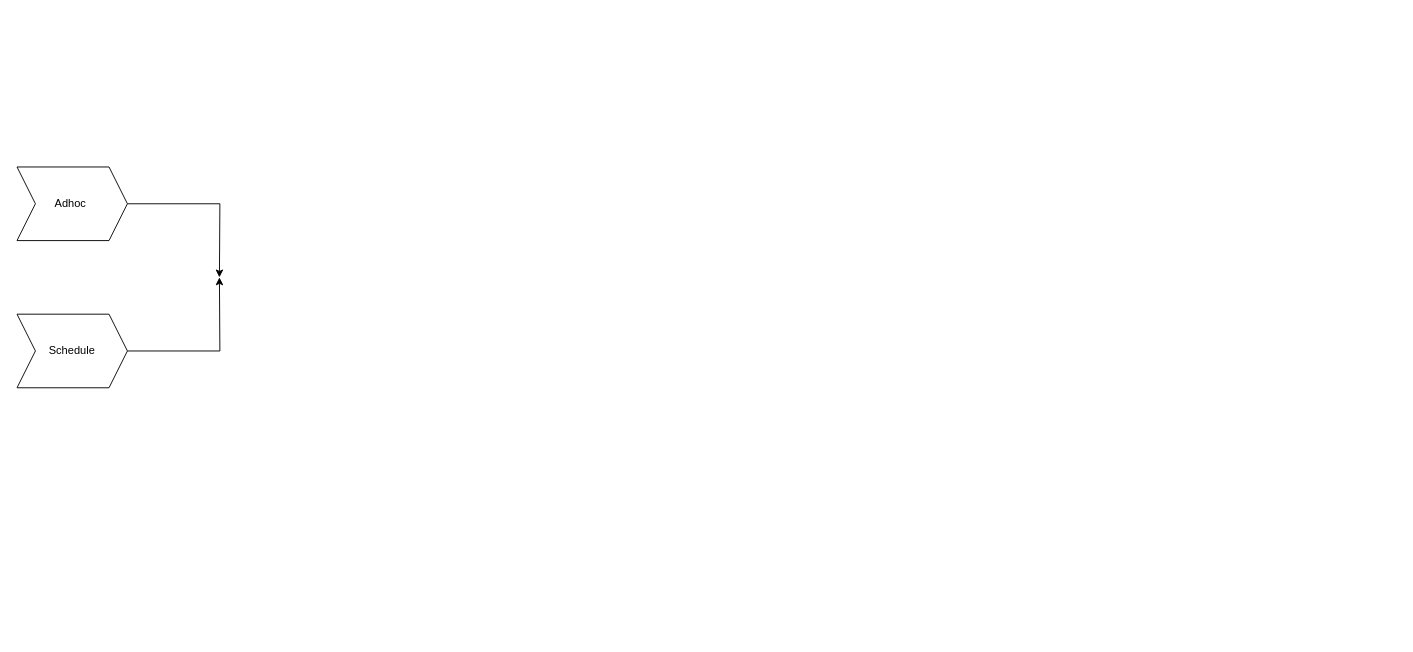
kumago01/karate keeps this draw.io diagram as Untitled Diagram.drawio. Above is the earlier version. Source tidied: cells renumbered, new cells numbered last; positions are measured from the earlier drawing's top-left corner, leaving out a move shared by most shapes. Both pictures are drawn from the tidied source at 92%, with x=0, y=0 at pixel (17, 167). Pictures stored in the file or linked from it are replaced by grey dashed boxes.
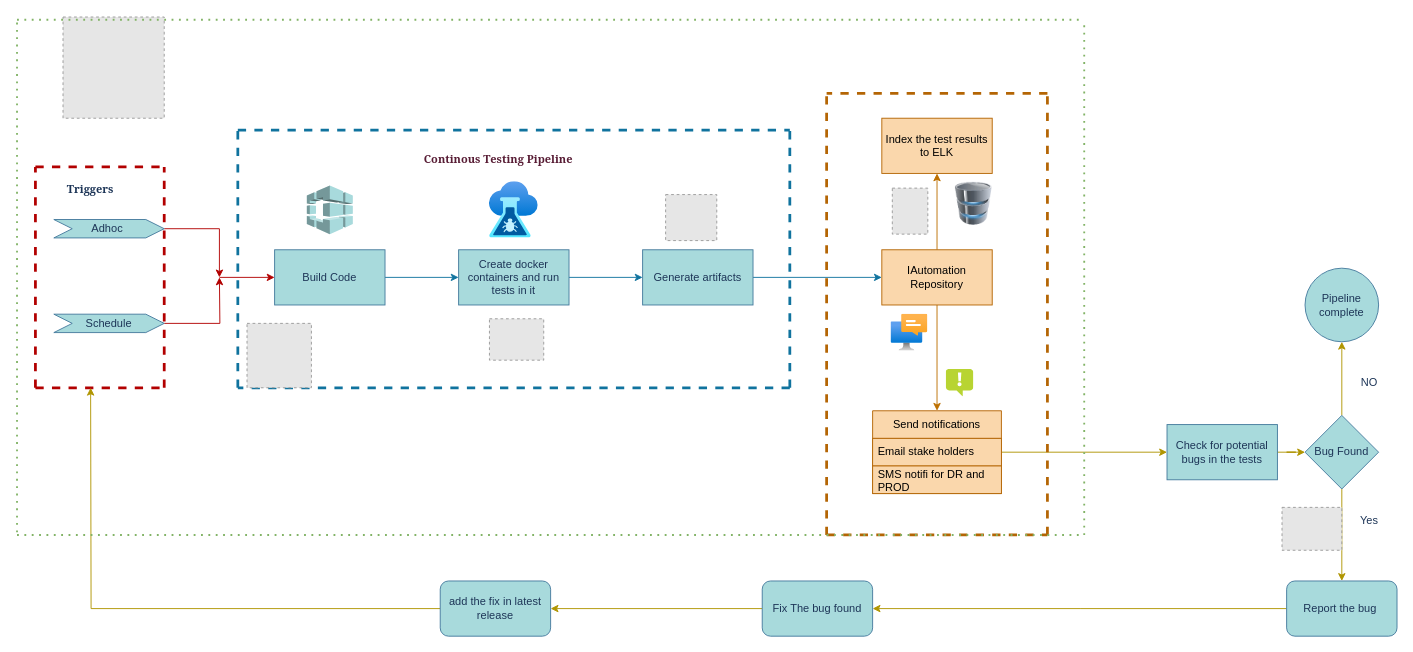
After the change.

The edit, as a diff of the source:
```diff
@@
-    <mxCell id="2" style="edgeStyle=orthogonalEdgeStyle;rounded=0;jettySize=auto;html=1;exitX=1;exitY=0.5;exitDx=0;exitDy=0;" parent="1" edge="1" source="3">
+    <mxCell id="2" style="edgeStyle=orthogonalEdgeStyle;rounded=0;jettySize=auto;html=1;exitX=1;exitY=0.5;exitDx=0;exitDy=0;labelBackgroundColor=none;strokeColor=#B20000;fontColor=default;fillColor=#e51400;" parent="1" edge="1" source="3">
       <mxGeometry relative="1" as="geometry">
         <mxPoint x="220" y="120" as="targetPoint" />
+        <Array as="points">
+          <mxPoint x="220" y="67" />
+        </Array>
       </mxGeometry>
     </mxCell>
-    <mxCell id="3" value="Adhoc&amp;nbsp;" style="shape=step;perimeter=stepPerimeter;whiteSpace=wrap;html=1;fixedSize=1;fontStyle=0;" parent="1" vertex="1">
-      <mxGeometry width="120" height="80" as="geometry" />
+    <mxCell id="3" value="Adhoc&amp;nbsp;" style="shape=step;perimeter=stepPerimeter;whiteSpace=wrap;html=1;fixedSize=1;fontStyle=0;labelBackgroundColor=none;fillColor=#A8DADC;strokeColor=#457B9D;fontColor=#1D3557;" parent="1" vertex="1">
+      <mxGeometry x="40" y="57.1" width="120" height="20" as="geometry" />
     </mxCell>
-    <mxCell id="4" style="edgeStyle=orthogonalEdgeStyle;rounded=0;jettySize=auto;html=1;" parent="1" edge="1" source="5">
+    <mxCell id="4" style="edgeStyle=orthogonalEdgeStyle;rounded=0;jettySize=auto;html=1;labelBackgroundColor=none;strokeColor=#B20000;fontColor=default;fillColor=#e51400;" parent="1" edge="1" source="5">
       <mxGeometry relative="1" as="geometry">
         <mxPoint x="220" y="120" as="targetPoint" />
       </mxGeometry>
     </mxCell>
-    <mxCell id="5" value="Schedule" style="shape=step;perimeter=stepPerimeter;whiteSpace=wrap;html=1;fixedSize=1;" parent="1" vertex="1">
-      <mxGeometry y="160" width="120" height="80" as="geometry" />
+    <mxCell id="5" value="Schedule" style="shape=step;perimeter=stepPerimeter;whiteSpace=wrap;html=1;fixedSize=1;labelBackgroundColor=none;fillColor=#A8DADC;strokeColor=#457B9D;fontColor=#1D3557;" parent="1" vertex="1">
+      <mxGeometry x="40" y="160" width="120" height="20" as="geometry" />
     </mxCell>
+    <mxCell id="6" style="edgeStyle=none;orthogonalLoop=1;jettySize=auto;html=1;rounded=0;labelBackgroundColor=none;strokeColor=#B20000;fontColor=default;fillColor=#e51400;" parent="1" edge="1">
+      <mxGeometry relative="1" as="geometry">
+        <mxPoint x="220" y="120" as="sourcePoint" />
+        <mxPoint x="280" y="120" as="targetPoint" />
+        <Array as="points">
+          <mxPoint x="220" y="120" />
+        </Array>
+      </mxGeometry>
+    </mxCell>
+    <mxCell id="7" style="fillColor=#E6E6E6;strokeColor=#999999;dashed=1;html=1;verticalAlign=top;verticalLabelPosition=bottom;labelBackgroundColor=none;fontColor=#1D3557;" parent="1" vertex="1">
+      <mxGeometry x="50" y="-163" width="110" height="110" as="geometry" />
+    </mxCell>
+    <mxCell id="8" style="edgeStyle=orthogonalEdgeStyle;rounded=1;jettySize=auto;html=1;labelBackgroundColor=default;strokeColor=#10739e;fontColor=default;fillColor=#b1ddf0;" parent="1" edge="1" source="9" target="11">
+      <mxGeometry relative="1" as="geometry" />
+    </mxCell>
+    <mxCell id="9" value="Build Code" style="rounded=0;whiteSpace=wrap;html=1;labelBackgroundColor=none;fillColor=#A8DADC;strokeColor=#457B9D;fontColor=#1D3557;" parent="1" vertex="1">
+      <mxGeometry x="280" y="90" width="120" height="60" as="geometry" />
+    </mxCell>
+    <mxCell id="10" style="edgeStyle=orthogonalEdgeStyle;rounded=0;jettySize=auto;html=1;labelBackgroundColor=none;strokeColor=#10739e;fontColor=default;fillColor=#b1ddf0;" parent="1" edge="1" source="11" target="13">
+      <mxGeometry relative="1" as="geometry" />
+    </mxCell>
+    <mxCell id="11" value="Create docker containers and run tests in it" style="rounded=0;whiteSpace=wrap;html=1;labelBackgroundColor=none;fillColor=#A8DADC;strokeColor=#457B9D;fontColor=#1D3557;" parent="1" vertex="1">
+      <mxGeometry x="480" y="90" width="120" height="60" as="geometry" />
+    </mxCell>
+    <mxCell id="12" style="edgeStyle=orthogonalEdgeStyle;rounded=0;jettySize=auto;html=1;labelBackgroundColor=none;strokeColor=#10739e;fontColor=default;fillColor=#b1ddf0;" parent="1" edge="1" source="13" target="16">
+      <mxGeometry relative="1" as="geometry" />
+    </mxCell>
+    <mxCell id="13" value="Generate artifacts" style="rounded=0;whiteSpace=wrap;html=1;labelBackgroundColor=none;fillColor=#A8DADC;strokeColor=#457B9D;fontColor=#1D3557;" parent="1" vertex="1">
+      <mxGeometry x="680" y="90" width="120" height="60" as="geometry" />
+    </mxCell>
+    <mxCell id="14" style="edgeStyle=orthogonalEdgeStyle;rounded=0;jettySize=auto;html=1;entryX=0.5;entryY=0;entryDx=0;entryDy=0;labelBackgroundColor=none;strokeColor=#BD7000;fontColor=default;fillColor=#f0a30a;" parent="1" edge="1" source="16" target="18">
+      <mxGeometry relative="1" as="geometry" />
+    </mxCell>
+    <mxCell id="15" style="edgeStyle=orthogonalEdgeStyle;rounded=0;jettySize=auto;html=1;labelBackgroundColor=none;strokeColor=#BD7000;fontColor=default;fillColor=#f0a30a;" parent="1" edge="1" source="16" target="21">
+      <mxGeometry relative="1" as="geometry" />
+    </mxCell>
+    <mxCell id="16" value="IAutomation Repository" style="rounded=0;whiteSpace=wrap;html=1;labelBackgroundColor=none;fillColor=#fad7ac;strokeColor=#b46504;" parent="1" vertex="1">
+      <mxGeometry x="940" y="90" width="120" height="60" as="geometry" />
+    </mxCell>
+    <mxCell id="17" style="edgeStyle=orthogonalEdgeStyle;rounded=0;jettySize=auto;html=1;strokeColor=#B09500;fontColor=#1D3557;fillColor=#e3c800;" parent="1" edge="1" source="18">
+      <mxGeometry relative="1" as="geometry">
+        <mxPoint x="1250" y="310" as="targetPoint" />
+      </mxGeometry>
+    </mxCell>
+    <mxCell id="18" value="Send notifications" style="swimlane;fontStyle=0;horizontal=1;startSize=30;whiteSpace=wrap;html=1;labelBackgroundColor=none;fillColor=#fad7ac;strokeColor=#b46504;" parent="1" vertex="1">
+      <mxGeometry x="930" y="265" width="140" height="90" as="geometry" />
+    </mxCell>
+    <mxCell id="19" value="Email stake holders" style="text;strokeColor=#b46504;fillColor=#fad7ac;align=left;verticalAlign=middle;spacingLeft=4;spacingRight=4;overflow=hidden;whiteSpace=wrap;html=1;labelBackgroundColor=none;" parent="18" vertex="1">
+      <mxGeometry y="30" width="140" height="30" as="geometry" />
+    </mxCell>
+    <mxCell id="20" value="SMS notifi for DR and PROD&amp;nbsp;" style="text;strokeColor=#b46504;fillColor=#fad7ac;align=left;verticalAlign=middle;spacingLeft=4;spacingRight=4;overflow=hidden;whiteSpace=wrap;html=1;labelBackgroundColor=none;" parent="18" vertex="1">
+      <mxGeometry y="60" width="140" height="30" as="geometry" />
+    </mxCell>
+    <mxCell id="21" value="Index the test results to ELK" style="rounded=0;whiteSpace=wrap;html=1;labelBackgroundColor=none;fillColor=#fad7ac;strokeColor=#b46504;" parent="1" vertex="1">
+      <mxGeometry x="940" y="-53" width="120" height="60" as="geometry" />
+    </mxCell>
+    <mxCell id="22" style="dashed=0;verticalLabelPosition=bottom;verticalAlign=top;align=center;html=1;shape=mxgraph.aws3.codebuild;fillColor=#A8DADC;labelBackgroundColor=none;strokeColor=#457B9D;fontColor=#1D3557;" parent="1" vertex="1">
+      <mxGeometry x="315" y="20" width="50" height="53" as="geometry" />
+    </mxCell>
+    <mxCell id="23" style="image;html=1;align=center;fontSize=12;image=img/lib/azure2/devops/CloudTest.svg;labelBackgroundColor=none;fillColor=#A8DADC;strokeColor=#457B9D;fontColor=#1D3557;" parent="1" vertex="1">
+      <mxGeometry x="513.5" y="15.9" width="53" height="61.3" as="geometry" />
+    </mxCell>
+    <mxCell id="24" style="endArrow=none;dashed=1;html=1;strokeWidth=3;labelBackgroundColor=none;strokeColor=#10739e;fontColor=default;fillColor=#b1ddf0;rounded=0;" parent="1" edge="1">
+      <mxGeometry relative="1" as="geometry">
+        <mxPoint x="240" y="-40" as="sourcePoint" />
+        <mxPoint x="840" y="-40" as="targetPoint" />
+        <Array as="points">
+          <mxPoint x="520" y="-40" />
+        </Array>
+      </mxGeometry>
+    </mxCell>
+    <mxCell id="25" style="endArrow=none;dashed=1;html=1;strokeWidth=3;rounded=0;labelBackgroundColor=none;strokeColor=#10739e;fontColor=default;fillColor=#b1ddf0;" parent="1" edge="1">
+      <mxGeometry relative="1" as="geometry">
+        <mxPoint x="240" y="240" as="sourcePoint" />
+        <mxPoint x="240" y="-40" as="targetPoint" />
+        <Array as="points">
+          <mxPoint x="240" y="120" />
+        </Array>
+      </mxGeometry>
+    </mxCell>
+    <mxCell id="26" style="endArrow=none;dashed=1;html=1;strokeWidth=3;rounded=0;labelBackgroundColor=none;strokeColor=#10739e;fontColor=default;fillColor=#b1ddf0;" parent="1" edge="1">
+      <mxGeometry relative="1" as="geometry">
+        <mxPoint x="840" y="240" as="sourcePoint" />
+        <mxPoint x="240" y="240" as="targetPoint" />
+        <Array as="points">
+          <mxPoint x="520" y="240" />
+        </Array>
+      </mxGeometry>
+    </mxCell>
+    <mxCell id="27" style="endArrow=none;dashed=1;html=1;strokeWidth=3;rounded=0;labelBackgroundColor=none;strokeColor=#10739e;fontColor=default;fillColor=#b1ddf0;" parent="1" edge="1">
+      <mxGeometry relative="1" as="geometry">
+        <mxPoint x="840" y="240" as="sourcePoint" />
+        <mxPoint x="840" y="-40" as="targetPoint" />
+        <Array as="points">
+          <mxPoint x="840" y="120" />
+        </Array>
+      </mxGeometry>
+    </mxCell>
+    <mxCell id="28" style="endArrow=none;dashed=1;html=1;strokeWidth=3;rounded=0;strokeColor=#b46504;fontColor=#1D3557;fillColor=#fad7ac;" parent="1" edge="1">
+      <mxGeometry relative="1" as="geometry">
+        <mxPoint x="880" y="400" as="sourcePoint" />
+        <mxPoint x="880" y="-80" as="targetPoint" />
+        <Array as="points">
+          <mxPoint x="880" y="120" />
+        </Array>
+      </mxGeometry>
+    </mxCell>
+    <mxCell id="29" style="endArrow=none;dashed=1;html=1;strokeWidth=3;rounded=0;strokeColor=#b46504;fontColor=#1D3557;fillColor=#fad7ac;" parent="1" edge="1">
+      <mxGeometry relative="1" as="geometry">
+        <mxPoint x="1120" y="-80" as="sourcePoint" />
+        <mxPoint x="880" y="-80" as="targetPoint" />
+        <Array as="points">
+          <mxPoint x="1000" y="-80" />
+        </Array>
+      </mxGeometry>
+    </mxCell>
+    <mxCell id="30" style="endArrow=none;dashed=1;html=1;strokeWidth=3;rounded=0;strokeColor=#b46504;fontColor=#1D3557;fillColor=#fad7ac;" parent="1" edge="1">
+      <mxGeometry relative="1" as="geometry">
+        <mxPoint x="1120" y="400" as="sourcePoint" />
+        <mxPoint x="1120" y="-80" as="targetPoint" />
+        <Array as="points">
+          <mxPoint x="1120" y="120" />
+        </Array>
+      </mxGeometry>
+    </mxCell>
+    <mxCell id="31" style="endArrow=none;dashed=1;html=1;strokeWidth=3;rounded=0;strokeColor=#b46504;fontColor=#1D3557;fillColor=#fad7ac;" parent="1" edge="1">
+      <mxGeometry relative="1" as="geometry">
+        <mxPoint x="880" y="400" as="sourcePoint" />
+        <mxPoint x="1120" y="400" as="targetPoint" />
+        <Array as="points">
+          <mxPoint x="1000" y="400" />
+        </Array>
+      </mxGeometry>
+    </mxCell>
+    <mxCell id="32" style="fillColor=#E6E6E6;strokeColor=#999999;dashed=1;verticalLabelPosition=bottom;verticalAlign=top;fontColor=#1D3557;" parent="1" vertex="1">
+      <mxGeometry x="951.4" y="23" width="38.6" height="50" as="geometry" />
+    </mxCell>
+    <mxCell id="33" style="fillColor=#E6E6E6;strokeColor=#999999;dashed=1;verticalLabelPosition=bottom;verticalAlign=top;fontColor=#1D3557;" parent="1" vertex="1">
+      <mxGeometry x="513.5" y="165" width="59" height="45" as="geometry" />
+    </mxCell>
+    <mxCell id="34" style="fillColor=#E6E6E6;strokeColor=#999999;dashed=1;verticalLabelPosition=bottom;verticalAlign=top;fontColor=#1D3557;" parent="1" vertex="1">
+      <mxGeometry x="250" y="170" width="70" height="70" as="geometry" />
+    </mxCell>
+    <mxCell id="35" style="image;sketch=0;html=1;align=center;fontSize=12;image=img/lib/mscae/Notification.svg;strokeColor=#457B9D;fontColor=#1D3557;fillColor=#A8DADC;" parent="1" vertex="1">
+      <mxGeometry x="1010" y="220" width="30" height="30" as="geometry" />
+    </mxCell>
+    <mxCell id="36" style="image;html=1;align=center;fontSize=12;image=img/lib/azure2/other/Windows_Notification_Services.svg;strokeColor=#457B9D;fontColor=#1D3557;fillColor=#A8DADC;" parent="1" vertex="1">
+      <mxGeometry x="950" y="160" width="40" height="40" as="geometry" />
+    </mxCell>
+    <mxCell id="37" style="fillColor=#E6E6E6;strokeColor=#999999;dashed=1;html=1;verticalLabelPosition=bottom;labelBackgroundColor=#ffffff;verticalAlign=top;fontColor=#1D3557;" parent="1" vertex="1">
+      <mxGeometry x="705" y="30" width="55.6" height="50" as="geometry" />
+    </mxCell>
+    <mxCell id="38" style="endArrow=none;dashed=1;html=1;strokeWidth=3;rounded=0;strokeColor=#B20000;fontColor=#1D3557;fillColor=#e51400;" parent="1" edge="1">
+      <mxGeometry relative="1" as="geometry">
+        <mxPoint x="20" y="240" as="sourcePoint" />
+        <mxPoint x="20" as="targetPoint" />
+        <Array as="points">
+          <mxPoint x="20" y="120" />
+        </Array>
+      </mxGeometry>
+    </mxCell>
+    <mxCell id="39" style="endArrow=none;dashed=1;html=1;strokeWidth=3;rounded=0;strokeColor=#B20000;fontColor=#1D3557;fillColor=#e51400;" parent="1" edge="1">
+      <mxGeometry relative="1" as="geometry">
+        <mxPoint x="20" as="sourcePoint" />
+        <mxPoint x="160" as="targetPoint" />
+        <Array as="points">
+          <mxPoint x="80" />
+        </Array>
+      </mxGeometry>
+    </mxCell>
+    <mxCell id="40" style="endArrow=none;dashed=1;html=1;strokeWidth=3;rounded=0;strokeColor=#B20000;fontColor=#1D3557;fillColor=#e51400;" parent="1" edge="1">
+      <mxGeometry relative="1" as="geometry">
+        <mxPoint x="160" y="240" as="sourcePoint" />
+        <mxPoint x="160" as="targetPoint" />
+        <Array as="points">
+          <mxPoint x="160" y="120" />
+        </Array>
+      </mxGeometry>
+    </mxCell>
+    <mxCell id="41" style="endArrow=none;dashed=1;html=1;strokeWidth=3;rounded=0;strokeColor=#B20000;fontColor=#1D3557;fillColor=#e51400;" parent="1" edge="1">
+      <mxGeometry relative="1" as="geometry">
+        <mxPoint x="20" y="240" as="sourcePoint" />
+        <mxPoint x="160" y="240" as="targetPoint" />
+        <Array as="points">
+          <mxPoint x="80" y="240" />
+        </Array>
+      </mxGeometry>
+    </mxCell>
+    <mxCell id="42" value="Continous Testing Pipeline&amp;nbsp;" style="text;html=1;strokeColor=none;fillColor=none;align=center;verticalAlign=middle;whiteSpace=wrap;rounded=0;fontColor=#581d35;fontStyle=1;fontFamily=Georgia;labelBackgroundColor=default;" parent="1" vertex="1">
+      <mxGeometry x="430" y="-23" width="190" height="30" as="geometry" />
+    </mxCell>
+    <mxCell id="43" value="&lt;font face=&quot;Georgia&quot;&gt;&lt;b&gt;Triggers&lt;/b&gt;&lt;/font&gt;" style="text;html=1;strokeColor=none;fillColor=none;align=center;verticalAlign=middle;whiteSpace=wrap;rounded=0;fontColor=#1D3557;" parent="1" vertex="1">
+      <mxGeometry x="50" y="10" width="60" height="30" as="geometry" />
+    </mxCell>
+    <mxCell id="44" style="edgeStyle=orthogonalEdgeStyle;rounded=0;jettySize=auto;html=1;strokeColor=#B09500;fontColor=#1D3557;fillColor=#e3c800;" parent="1" edge="1" source="45" target="48">
+      <mxGeometry relative="1" as="geometry" />
+    </mxCell>
+    <mxCell id="45" value="Check for potential bugs in the tests" style="rounded=0;whiteSpace=wrap;html=1;strokeColor=#457B9D;fontColor=#1D3557;fillColor=#A8DADC;" parent="1" vertex="1">
+      <mxGeometry x="1250" y="280" width="120" height="60" as="geometry" />
+    </mxCell>
+    <mxCell id="46" style="edgeStyle=orthogonalEdgeStyle;rounded=0;jettySize=auto;html=1;strokeColor=#B09500;fontColor=#1D3557;fillColor=#e3c800;" parent="1" edge="1" source="48" target="49">
+      <mxGeometry relative="1" as="geometry" />
+    </mxCell>
+    <mxCell id="47" style="edgeStyle=orthogonalEdgeStyle;rounded=0;jettySize=auto;html=1;strokeColor=#B09500;fontColor=#1D3557;fillColor=#e3c800;" parent="1" edge="1" source="48" target="52">
+      <mxGeometry relative="1" as="geometry" />
+    </mxCell>
+    <mxCell id="48" value="Bug Found" style="rhombus;whiteSpace=wrap;html=1;strokeColor=#457B9D;fontColor=#1D3557;fillColor=#A8DADC;" parent="1" vertex="1">
+      <mxGeometry x="1400" y="270" width="80" height="80" as="geometry" />
+    </mxCell>
+    <mxCell id="49" value="Pipeline complete" style="ellipse;whiteSpace=wrap;html=1;fillColor=#A8DADC;strokeColor=#457B9D;fontColor=#1D3557;" parent="1" vertex="1">
+      <mxGeometry x="1400" y="110" width="80" height="80" as="geometry" />
+    </mxCell>
+    <mxCell id="50" value="NO" style="text;html=1;strokeColor=none;fillColor=none;align=center;verticalAlign=middle;whiteSpace=wrap;rounded=0;fontColor=#1D3557;" parent="1" vertex="1">
+      <mxGeometry x="1440" y="220" width="60" height="30" as="geometry" />
+    </mxCell>
+    <mxCell id="51" style="edgeStyle=orthogonalEdgeStyle;rounded=0;jettySize=auto;html=1;strokeColor=#B09500;fontColor=#1D3557;fillColor=#e3c800;" parent="1" edge="1" source="52">
+      <mxGeometry relative="1" as="geometry">
+        <mxPoint x="930" y="480" as="targetPoint" />
+      </mxGeometry>
+    </mxCell>
+    <mxCell id="52" value="Report the bug&amp;nbsp;" style="rounded=1;whiteSpace=wrap;html=1;fillColor=#A8DADC;strokeColor=#457B9D;fontColor=#1D3557;" parent="1" vertex="1">
+      <mxGeometry x="1380" y="450" width="120" height="60" as="geometry" />
+    </mxCell>
+    <mxCell id="53" value="Yes" style="text;html=1;strokeColor=none;fillColor=none;align=center;verticalAlign=middle;whiteSpace=wrap;rounded=0;fontColor=#1D3557;" parent="1" vertex="1">
+      <mxGeometry x="1440" y="370" width="60" height="30" as="geometry" />
+    </mxCell>
+    <mxCell id="54" style="fillColor=#E6E6E6;strokeColor=#999999;dashed=1;verticalLabelPosition=bottom;verticalAlign=top;fontColor=#1D3557;" parent="1" vertex="1">
+      <mxGeometry x="1375" y="370" width="65" height="46.6" as="geometry" />
+    </mxCell>
+    <mxCell id="55" style="edgeStyle=orthogonalEdgeStyle;rounded=0;jettySize=auto;html=1;strokeColor=#B09500;fontColor=#1D3557;fillColor=#e3c800;" parent="1" edge="1" source="56" target="58">
+      <mxGeometry relative="1" as="geometry" />
+    </mxCell>
+    <mxCell id="56" value="Fix The bug found" style="rounded=1;whiteSpace=wrap;html=1;strokeColor=#457B9D;fontColor=#1D3557;fillColor=#A8DADC;" parent="1" vertex="1">
+      <mxGeometry x="810" y="450" width="120" height="60" as="geometry" />
+    </mxCell>
+    <mxCell id="57" style="edgeStyle=orthogonalEdgeStyle;rounded=0;jettySize=auto;html=1;strokeColor=#B09500;fontColor=#1D3557;fillColor=#e3c800;" parent="1" edge="1" source="58">
+      <mxGeometry relative="1" as="geometry">
+        <mxPoint x="80" y="240" as="targetPoint" />
+      </mxGeometry>
+    </mxCell>
+    <mxCell id="58" value="add the fix in latest release" style="rounded=1;whiteSpace=wrap;html=1;strokeColor=#457B9D;fontColor=#1D3557;fillColor=#A8DADC;" parent="1" vertex="1">
+      <mxGeometry x="460" y="450" width="120" height="60" as="geometry" />
+    </mxCell>
+    <mxCell id="59" style="image;html=1;image=img/lib/clip_art/computers/Database_128x128.png;strokeColor=#457B9D;fontColor=#1D3557;fillColor=#A8DADC;" parent="1" vertex="1">
+      <mxGeometry x="1020" y="10" width="40" height="60" as="geometry" />
+    </mxCell>
+    <mxCell id="60" style="endArrow=none;dashed=1;html=1;dashPattern=1 3;strokeWidth=2;rounded=0;strokeColor=#82b366;fontColor=#1D3557;fillColor=#d5e8d4;" parent="1" edge="1">
+      <mxGeometry relative="1" as="geometry">
+        <mxPoint y="397" as="sourcePoint" />
+        <mxPoint y="-163" as="targetPoint" />
+        <Array as="points">
+          <mxPoint y="157" />
+        </Array>
+      </mxGeometry>
+    </mxCell>
+    <mxCell id="61" style="endArrow=none;dashed=1;html=1;dashPattern=1 3;strokeWidth=2;rounded=0;strokeColor=#82b366;fontColor=#1D3557;fillColor=#d5e8d4;" parent="1" edge="1">
+      <mxGeometry relative="1" as="geometry">
+        <mxPoint y="400" as="sourcePoint" />
+        <mxPoint x="1160" y="400" as="targetPoint" />
+        <Array as="points">
+          <mxPoint x="520" y="400" />
+        </Array>
+      </mxGeometry>
+    </mxCell>
+    <mxCell id="62" style="endArrow=none;dashed=1;html=1;dashPattern=1 3;strokeWidth=2;rounded=0;strokeColor=#82b366;fontColor=#1D3557;fillColor=#d5e8d4;" parent="1" edge="1">
+      <mxGeometry relative="1" as="geometry">
+        <mxPoint x="1160" y="400" as="sourcePoint" />
+        <mxPoint x="1160" y="-160" as="targetPoint" />
+        <Array as="points">
+          <mxPoint x="1160" y="160" />
+        </Array>
+      </mxGeometry>
+    </mxCell>
+    <mxCell id="63" style="endArrow=none;dashed=1;html=1;dashPattern=1 3;strokeWidth=2;rounded=0;strokeColor=#82b366;fontColor=#1D3557;fillColor=#d5e8d4;" parent="1" edge="1">
+      <mxGeometry relative="1" as="geometry">
+        <mxPoint y="-160" as="sourcePoint" />
+        <mxPoint x="1160" y="-160" as="targetPoint" />
+        <Array as="points">
+          <mxPoint x="600" y="-160" />
+        </Array>
+      </mxGeometry>
+    </mxCell>
```
